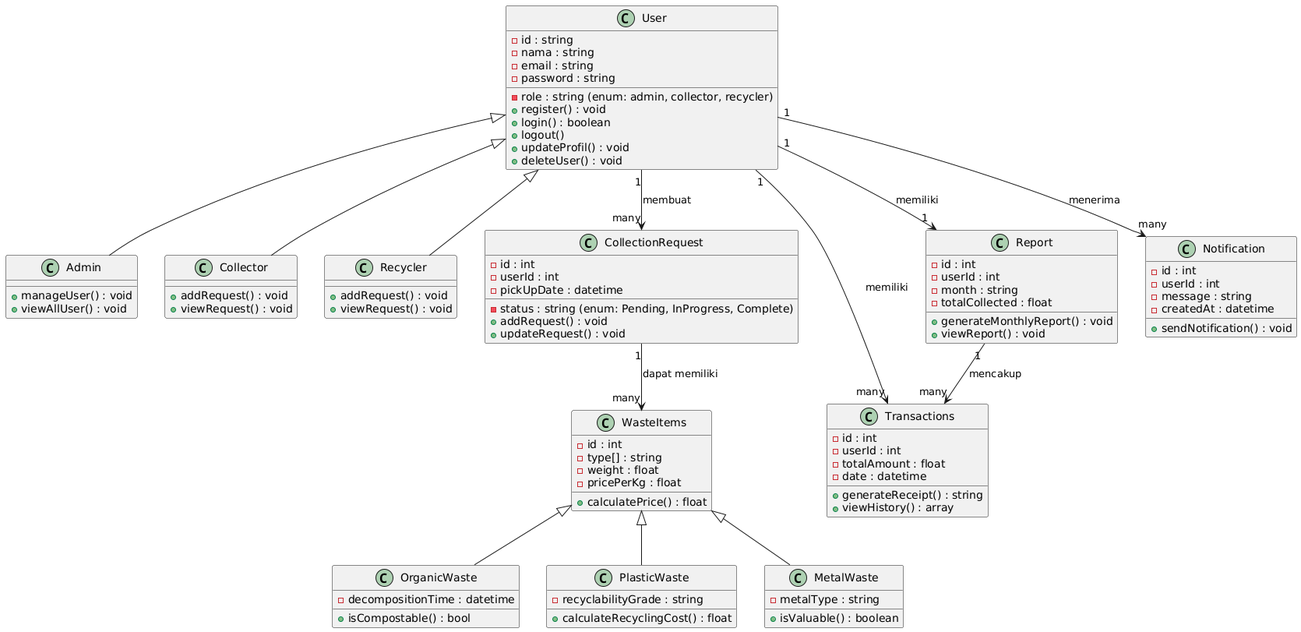
Before: classDiagram.png, a diagram exported from PlantUML (dhwalief/waste-manajement-system). Its diagram source:
```plantuml
@startuml
class User {
    - id : string
    - nama : string
    - email : string
    - password : string
    - role : string (enum: admin, collector, recycler)
    + register() : void
    + login() : boolean
    + logout()
    + updateProfil() : void
    + deleteUser() : void
}

class Admin {
    + manageUser() : void
    + viewAllUser() : void
}

class Collector {
    + addRequest() : void
    + viewRequest() : void
}

class Recycler {
    + addRequest() : void
    + viewRequest() : void
}

class WasteItems {
    - id : int
    - type[] : string
    - weight : float
    - pricePerKg : float
    + calculatePrice() : float
}

class OrganicWaste {
    - decompositionTime : datetime
    + isCompostable() : bool
}

class PlasticWaste {
    - recyclabilityGrade : string
    + calculateRecyclingCost() : float
}

class MetalWaste {
    - metalType : string
    + isValuable() : boolean
}

class CollectionRequest {
    - id : int
    - userId : int
    - pickUpDate : datetime
    - status : string (enum: Pending, InProgress, Complete)
    + addRequest() : void
    + updateRequest() : void
}

class Transactions {
    - id : int
    - userId : int
    - totalAmount : float
    - date : datetime
    + generateReceipt() : string
    + viewHistory() : array
}

class Report {
    - id : int
    - userId : int
    - month : string
    - totalCollected : float
    + generateMonthlyReport() : void
    + viewReport() : void
}

class Notification {
    - id : int
    - userId : int
    - message : string
    - createdAt : datetime
    + sendNotification() : void
}

User <|-- Admin
User <|-- Collector
User <|-- Recycler

WasteItems <|-- OrganicWaste
WasteItems <|-- MetalWaste
WasteItems <|-- PlasticWaste

User "1" --> "many" CollectionRequest : membuat
User "1" --> "many" Transactions : memiliki
User "1" --> "1" Report : memiliki
User "1" --> "many" Notification : menerima

CollectionRequest "1" --> "many" WasteItems : dapat memiliki
Report "1" --> "many" Transactions : mencakup
@enduml
```
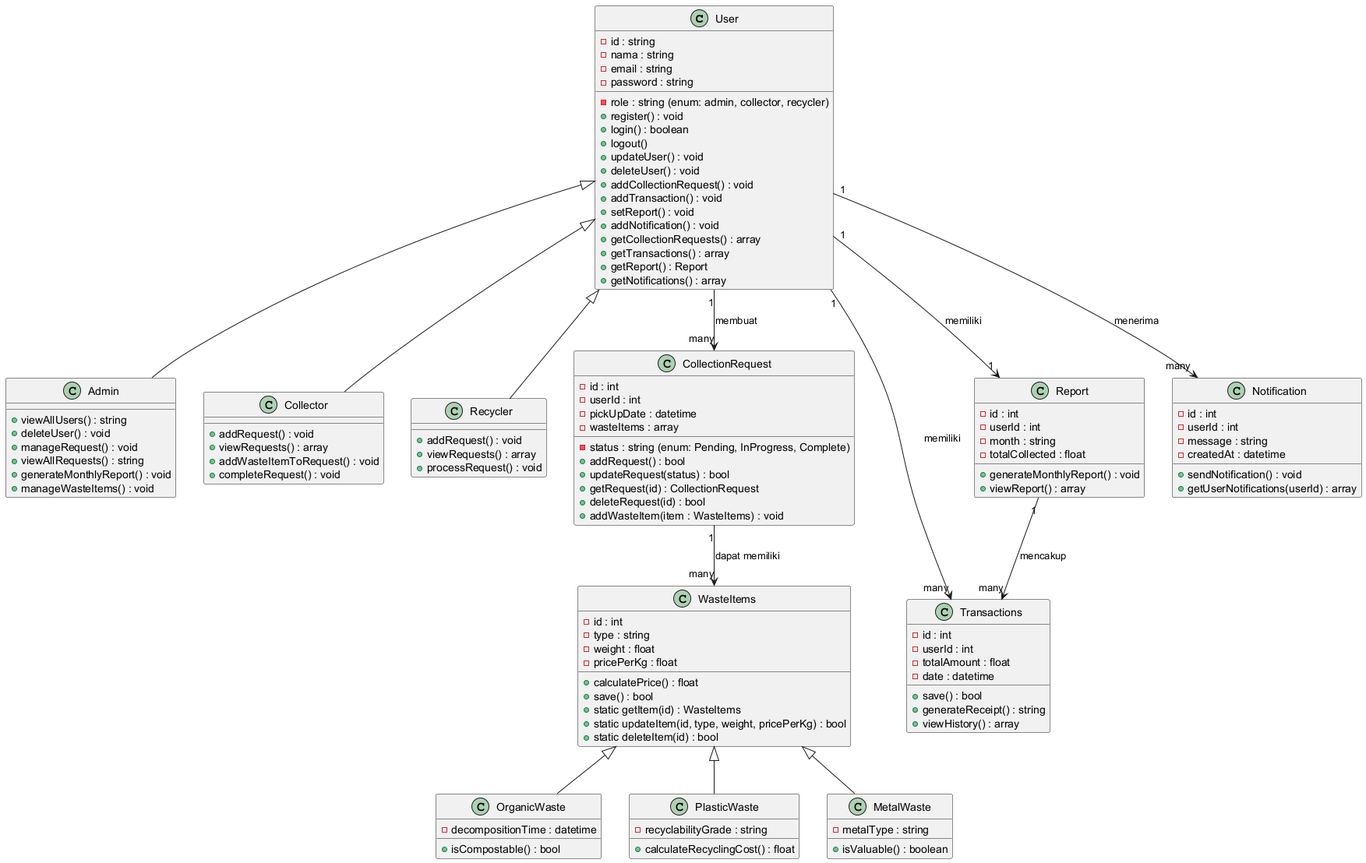
The same file after the commit.

What changed in the source:
```diff
@@ -8,31 +8,50 @@
     + register() : void
     + login() : boolean
     + logout()
-    + updateProfil() : void
+    + updateUser() : void
     + deleteUser() : void
+    + addCollectionRequest() : void
+    + addTransaction() : void
+    + setReport() : void
+    + addNotification() : void
+    + getCollectionRequests() : array
+    + getTransactions() : array
+    + getReport() : Report
+    + getNotifications() : array
 }
 
 class Admin {
-    + manageUser() : void
-    + viewAllUser() : void
+    + viewAllUsers() : string
+    + deleteUser() : void
+    + manageRequest() : void
+    + viewAllRequests() : string
+    + generateMonthlyReport() : void
+    + manageWasteItems() : void
 }
 
 class Collector {
     + addRequest() : void
-    + viewRequest() : void
+    + viewRequests() : array
+    + addWasteItemToRequest() : void
+    + completeRequest() : void
 }
 
 class Recycler {
     + addRequest() : void
-    + viewRequest() : void
+    + viewRequests() : array
+    + processRequest() : void
 }
 
 class WasteItems {
     - id : int
-    - type[] : string
+    - type : string
     - weight : float
     - pricePerKg : float
     + calculatePrice() : float
+    + save() : bool
+    + static getItem(id) : WasteItems
+    + static updateItem(id, type, weight, pricePerKg) : bool
+    + static deleteItem(id) : bool
 }
 
 class OrganicWaste {
@@ -55,8 +74,12 @@
     - userId : int
     - pickUpDate : datetime
     - status : string (enum: Pending, InProgress, Complete)
-    + addRequest() : void
-    + updateRequest() : void
+    - wasteItems : array
+    + addRequest() : bool
+    + updateRequest(status) : bool
+    + getRequest(id) : CollectionRequest
+    + deleteRequest(id) : bool
+    + addWasteItem(item : WasteItems) : void
 }
 
 class Transactions {
@@ -64,6 +87,7 @@
     - userId : int
     - totalAmount : float
     - date : datetime
+    + save() : bool
     + generateReceipt() : string
     + viewHistory() : array
 }
@@ -74,7 +98,7 @@
     - month : string
     - totalCollected : float
     + generateMonthlyReport() : void
-    + viewReport() : void
+    + viewReport() : array
 }
 
 class Notification {
@@ -83,6 +107,7 @@
     - message : string
     - createdAt : datetime
     + sendNotification() : void
+    + getUserNotifications(userId) : array
 }
 
 User <|-- Admin
```
